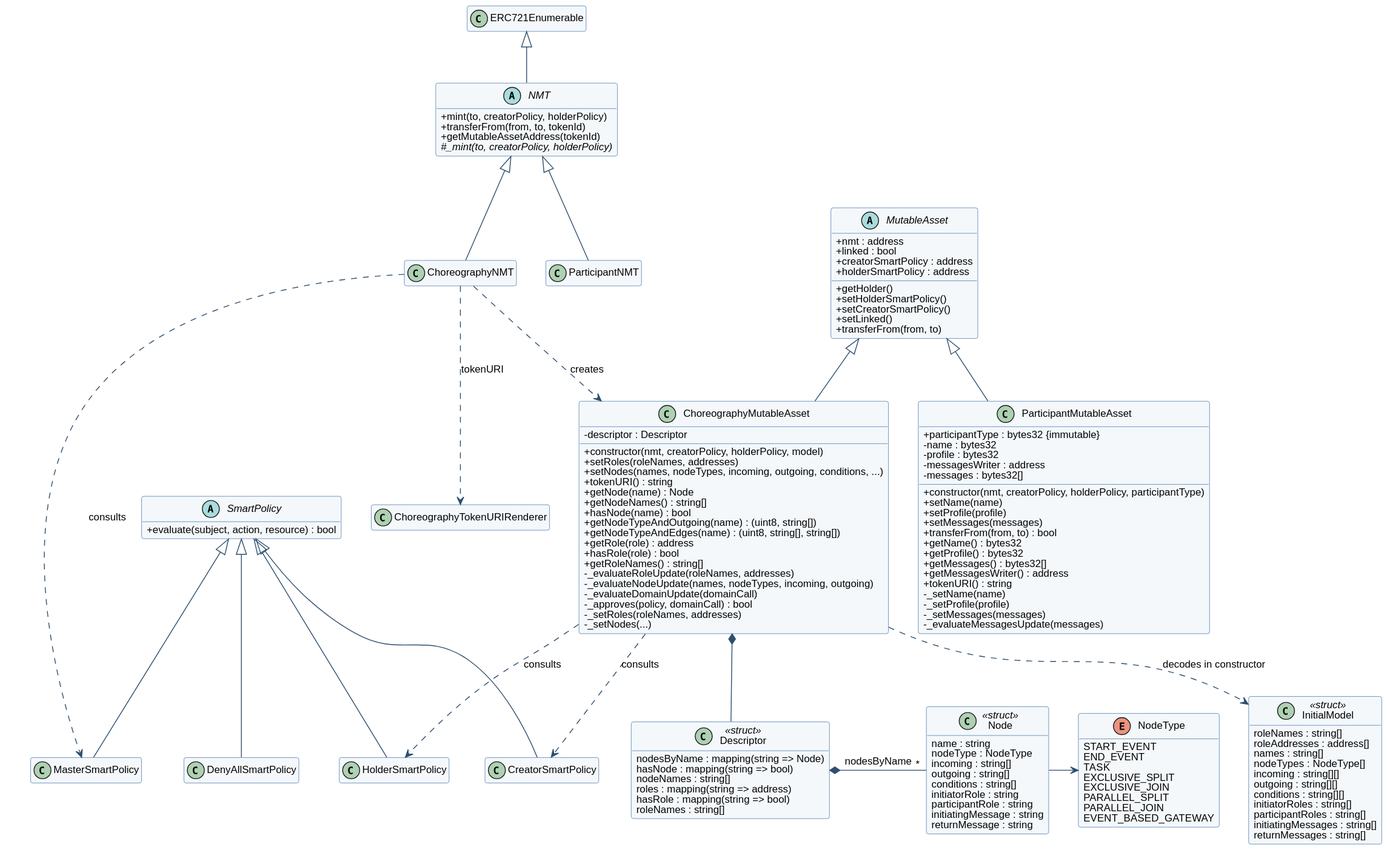
Before: docs/uml/class-diagram.svg, a diagram exported from PlantUML (d0na/ChorNMT).
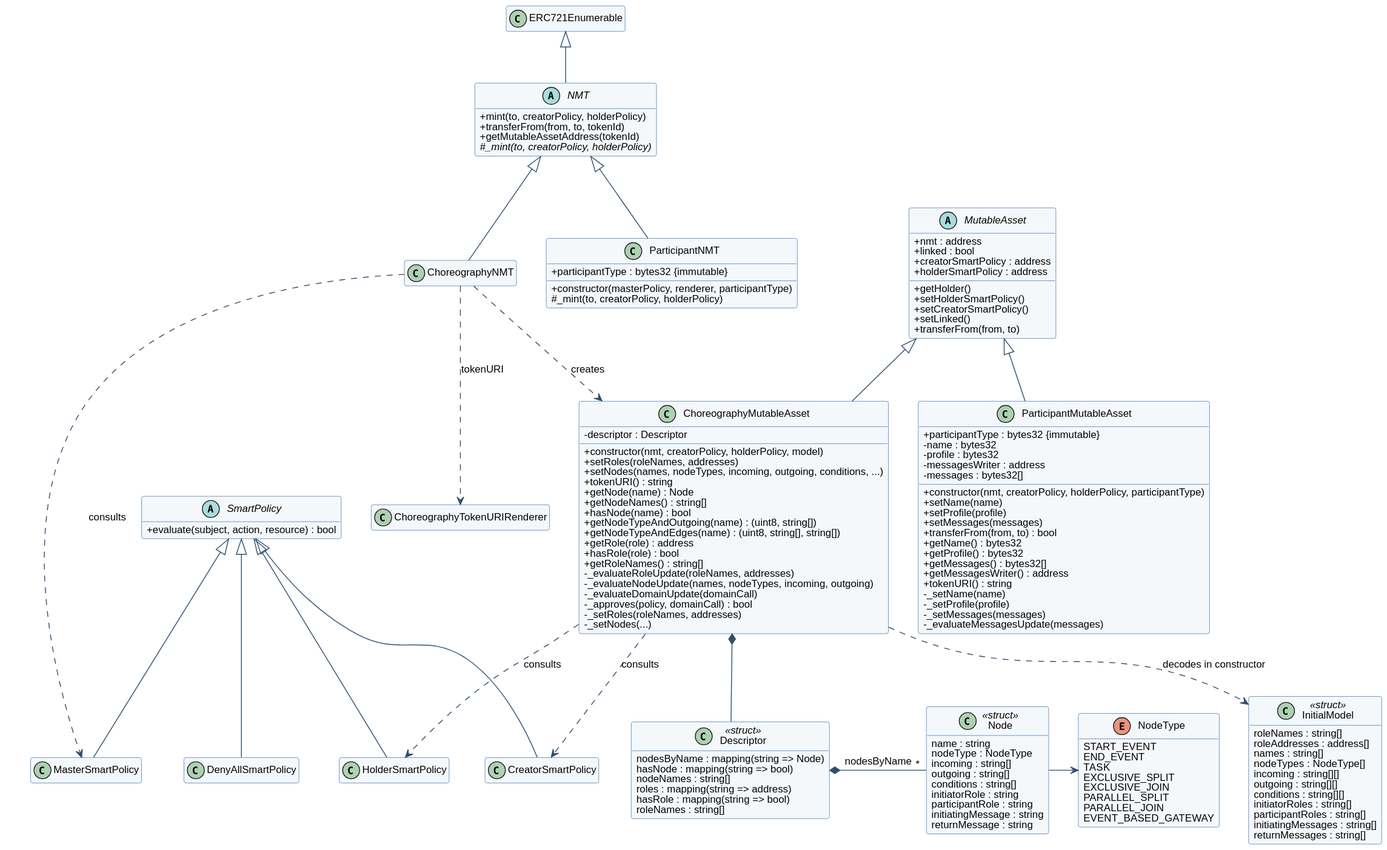
Above is the later version.

The edit, as a diff of the source:
```diff
@@ -18,7 +18,11 @@
 }
 
 class ChoreographyNMT
-class ParticipantNMT
+class ParticipantNMT {
+  + participantType : bytes32 {immutable}
+  + constructor(masterPolicy, renderer, participantType)
+  # _mint(to, creatorPolicy, holderPolicy)
+}
 
 abstract class MutableAsset {
   + nmt : address
```
